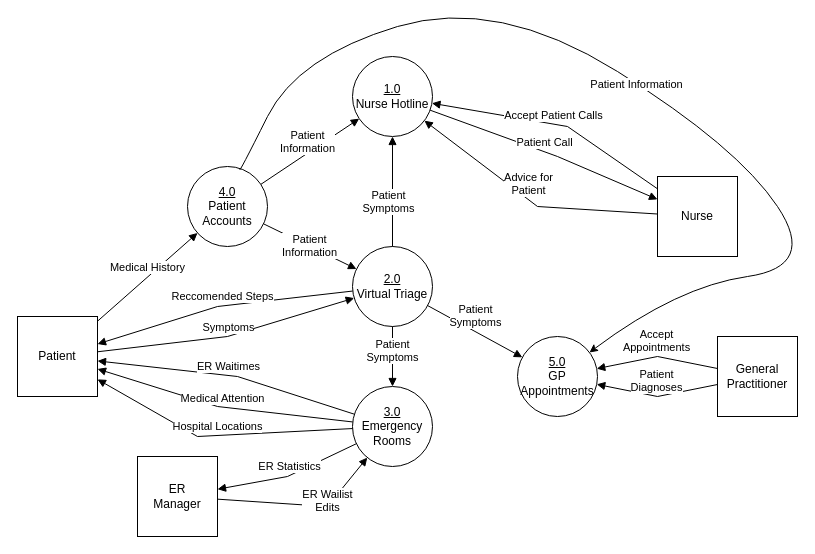
Earlier version of the draw.io diagram OliverWork/Milestone2/DFDLevel0.drawio (SENG-350-2024-fall/Team9). Source tidied: cells renumbered, new cells numbered last; positions are measured from the earlier drawing's top-left corner, leaving out a move shared by most shapes. Both pictures are drawn from the tidied source at 100%, with x=0, y=0 at pixel (17, -4).
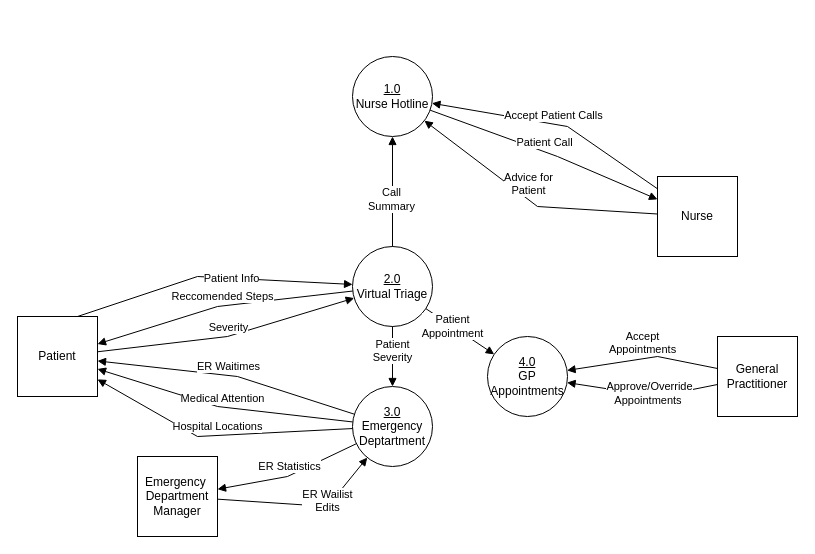
The same diagram, later.

Unchanged cells that the change refers to:
```xml
<mxCell id="2" value="&lt;u&gt;1.0&lt;/u&gt;&lt;div&gt;Nurse Hotline&lt;/div&gt;" style="ellipse;whiteSpace=wrap;html=1;" parent="1" vertex="1">
  <mxGeometry x="335" y="60" width="80" height="80" as="geometry" />
</mxCell>
<mxCell id="3" value="&lt;u&gt;2.0&lt;/u&gt;&lt;div&gt;Virtual Triage&lt;/div&gt;" style="ellipse;whiteSpace=wrap;html=1;" parent="1" vertex="1">
  <mxGeometry x="335" y="250" width="80" height="80" as="geometry" />
</mxCell>
<mxCell id="6" value="Patient" style="whiteSpace=wrap;html=1;" parent="1" vertex="1">
  <mxGeometry y="320" width="80" height="80" as="geometry" />
</mxCell>
<mxCell id="16" value="General Practitioner" style="whiteSpace=wrap;html=1;" parent="1" vertex="1">
  <mxGeometry x="700" y="340" width="80" height="80" as="geometry" />
</mxCell>
```

What changed in the source:
```diff
@@
-    <mxCell id="4" value="&lt;u&gt;3.0&lt;/u&gt;&lt;div&gt;Emergency Rooms&lt;/div&gt;" style="ellipse;whiteSpace=wrap;html=1;" parent="1" vertex="1">
+    <mxCell id="4" value="&lt;u&gt;3.0&lt;/u&gt;&lt;div&gt;Emergency Deptartment&lt;/div&gt;" style="ellipse;whiteSpace=wrap;html=1;" parent="1" vertex="1">
       <mxGeometry x="335" y="390" width="80" height="80" as="geometry" />
     </mxCell>
-    <mxCell id="5" value="&lt;u&gt;4.0&lt;/u&gt;&lt;div&gt;Patient Accounts&lt;/div&gt;" style="ellipse;whiteSpace=wrap;html=1;" parent="1" vertex="1">
-      <mxGeometry x="170" y="170" width="80" height="80" as="geometry" />
-    </mxCell>
@@
-    <mxCell id="7" value="Symptoms" style="html=1;verticalAlign=bottom;endArrow=block;curved=0;rounded=0;" parent="1" edge="1" source="6" target="3">
+    <mxCell id="7" value="Severity" style="html=1;verticalAlign=bottom;endArrow=block;curved=0;rounded=0;" parent="1" edge="1" source="6" target="3">
       <mxGeometry relative="1" as="geometry">
         <Array as="points">
           <mxPoint x="210" y="340" />
         </Array>
       </mxGeometry>
     </mxCell>
@@
-    <mxCell id="10" value="ER&lt;div&gt;Ma&lt;span style=&quot;background-color: initial;&quot;&gt;nager&lt;/span&gt;&lt;/div&gt;" style="whiteSpace=wrap;html=1;" parent="1" vertex="1">
+    <mxCell id="10" value="Emergency&amp;nbsp;&lt;div&gt;Department&lt;br&gt;&lt;div&gt;Ma&lt;span style=&quot;background-color: initial;&quot;&gt;nager&lt;/span&gt;&lt;/div&gt;&lt;/div&gt;" style="whiteSpace=wrap;html=1;" parent="1" vertex="1">
       <mxGeometry x="120" y="460" width="80" height="80" as="geometry" />
     </mxCell>
@@
-    <mxCell id="18" value="Patient&lt;div&gt;Symptoms&lt;/div&gt;" style="html=1;verticalAlign=bottom;endArrow=block;curved=0;rounded=0;" parent="1" edge="1" source="3" target="2">
+    <mxCell id="18" style="html=1;verticalAlign=bottom;endArrow=block;curved=0;rounded=0;" parent="1" edge="1" source="3" target="2">
       <mxGeometry x="-0.47" y="4" relative="1" as="geometry" />
     </mxCell>
+    <mxCell id="31" value="Call&lt;div&gt;Summary&lt;/div&gt;" style="edgeLabel;html=1;align=center;verticalAlign=middle;" parent="18" vertex="1">
+      <mxGeometry x="-0.13" y="2" relative="1" as="geometry" />
+    </mxCell>
-    <mxCell id="19" value="Patient&lt;div&gt;Symptoms&lt;/div&gt;" style="html=1;verticalAlign=bottom;endArrow=block;curved=0;rounded=0;" parent="1" edge="1" source="3" target="4">
+    <mxCell id="19" value="Patient&lt;div&gt;Severity&lt;/div&gt;" style="html=1;verticalAlign=bottom;endArrow=block;curved=0;rounded=0;" parent="1" edge="1" source="3" target="4">
       <mxGeometry x="0.33" relative="1" as="geometry" />
     </mxCell>
@@
-    <mxCell id="21" value="Medical History" style="html=1;verticalAlign=bottom;endArrow=block;curved=0;rounded=0;" parent="1" edge="1" source="6" target="5">
-      <mxGeometry relative="1" as="geometry" />
-    </mxCell>
-    <mxCell id="22" value="Patient&lt;div&gt;Information&lt;/div&gt;" style="html=1;verticalAlign=bottom;endArrow=block;curved=0;rounded=0;" parent="1" edge="1" source="5" target="3">
-      <mxGeometry x="0.13" y="-14" relative="1" as="geometry" />
+    <mxCell id="22" style="html=1;verticalAlign=bottom;endArrow=block;curved=0;rounded=0;exitX=0.75;exitY=0;exitDx=0;exitDy=0;" parent="1" edge="1" source="6" target="3">
+      <mxGeometry x="0.13" y="-14" relative="1" as="geometry">
+        <Array as="points">
+          <mxPoint x="180" y="280" />
+        </Array>
+      </mxGeometry>
     </mxCell>
-    <mxCell id="23" value="Patient&lt;div&gt;Information&lt;/div&gt;" style="html=1;verticalAlign=bottom;endArrow=block;curved=0;rounded=0;" parent="1" edge="1" source="5" target="2">
-      <mxGeometry x="-0.08" y="-4" relative="1" as="geometry" />
-    </mxCell>
+    <mxCell id="32" value="Patient Info" style="edgeLabel;html=1;align=center;verticalAlign=middle;" parent="22" vertex="1">
+      <mxGeometry x="0.05" relative="1" as="geometry">
+        <mxPoint x="12" as="offset" />
+      </mxGeometry>
+    </mxCell>
-    <mxCell id="24" value="&lt;u&gt;5.0&lt;/u&gt;&lt;div&gt;GP Appointments&lt;/div&gt;" style="ellipse;whiteSpace=wrap;html=1;" parent="1" vertex="1">
-      <mxGeometry x="500" y="340" width="80" height="80" as="geometry" />
+    <mxCell id="24" value="&lt;u&gt;4.0&lt;/u&gt;&lt;div&gt;GP Appointments&lt;/div&gt;" style="ellipse;whiteSpace=wrap;html=1;" parent="1" vertex="1">
+      <mxGeometry x="470" y="340" width="80" height="80" as="geometry" />
     </mxCell>
-    <mxCell id="25" value="Patient&lt;div&gt;Symptoms&lt;/div&gt;" style="html=1;verticalAlign=bottom;endArrow=block;curved=0;rounded=0;" parent="1" edge="1" source="3" target="24">
-      <mxGeometry relative="1" as="geometry" />
+    <mxCell id="25" style="html=1;verticalAlign=bottom;endArrow=block;curved=0;rounded=0;" parent="1" edge="1" source="3" target="24">
+      <mxGeometry x="-0.12" y="3" relative="1" as="geometry" />
     </mxCell>
+    <mxCell id="33" value="Patient&lt;div&gt;Appointment&lt;/div&gt;" style="edgeLabel;html=1;align=center;verticalAlign=middle;" parent="25" vertex="1">
+      <mxGeometry x="-0.29" y="-1" relative="1" as="geometry">
+        <mxPoint x="3" as="offset" />
+      </mxGeometry>
+    </mxCell>
@@
-    <mxCell id="27" value="Patient&lt;div&gt;Diagnoses&lt;/div&gt;" style="html=1;verticalAlign=bottom;endArrow=block;curved=0;rounded=0;" parent="1" edge="1" source="16" target="24">
-      <mxGeometry relative="1" as="geometry">
+    <mxCell id="27" style="html=1;verticalAlign=bottom;endArrow=block;curved=0;rounded=0;" parent="1" edge="1" source="16" target="24">
+      <mxGeometry x="-0.07" y="2" relative="1" as="geometry">
         <Array as="points">
           <mxPoint x="640" y="400" />
         </Array>
       </mxGeometry>
     </mxCell>
-    <mxCell id="28" style="curved=1;endArrow=classic;html=1;rounded=0;" parent="1" edge="1" source="5" target="24">
-      <mxGeometry relative="1" as="geometry">
-        <Array as="points">
-          <mxPoint x="220" y="180" />
-          <mxPoint x="280" y="60" />
-          <mxPoint x="480" />
-          <mxPoint x="720" y="150" />
-          <mxPoint x="800" y="270" />
-          <mxPoint x="660" y="290" />
-        </Array>
-      </mxGeometry>
-    </mxCell>
-    <mxCell id="29" value="Patient Information" style="edgeLabel;html=1;align=center;verticalAlign=middle;" parent="28" vertex="1">
-      <mxGeometry y="-1" relative="1" as="geometry" />
-    </mxCell>
+    <mxCell id="34" value="Approve/Override&lt;div&gt;Appointments&amp;nbsp;&lt;/div&gt;" style="edgeLabel;html=1;align=center;verticalAlign=middle;" parent="27" vertex="1">
+      <mxGeometry x="-0.08" y="1" relative="1" as="geometry">
+        <mxPoint y="-3" as="offset" />
+      </mxGeometry>
+    </mxCell>
```
